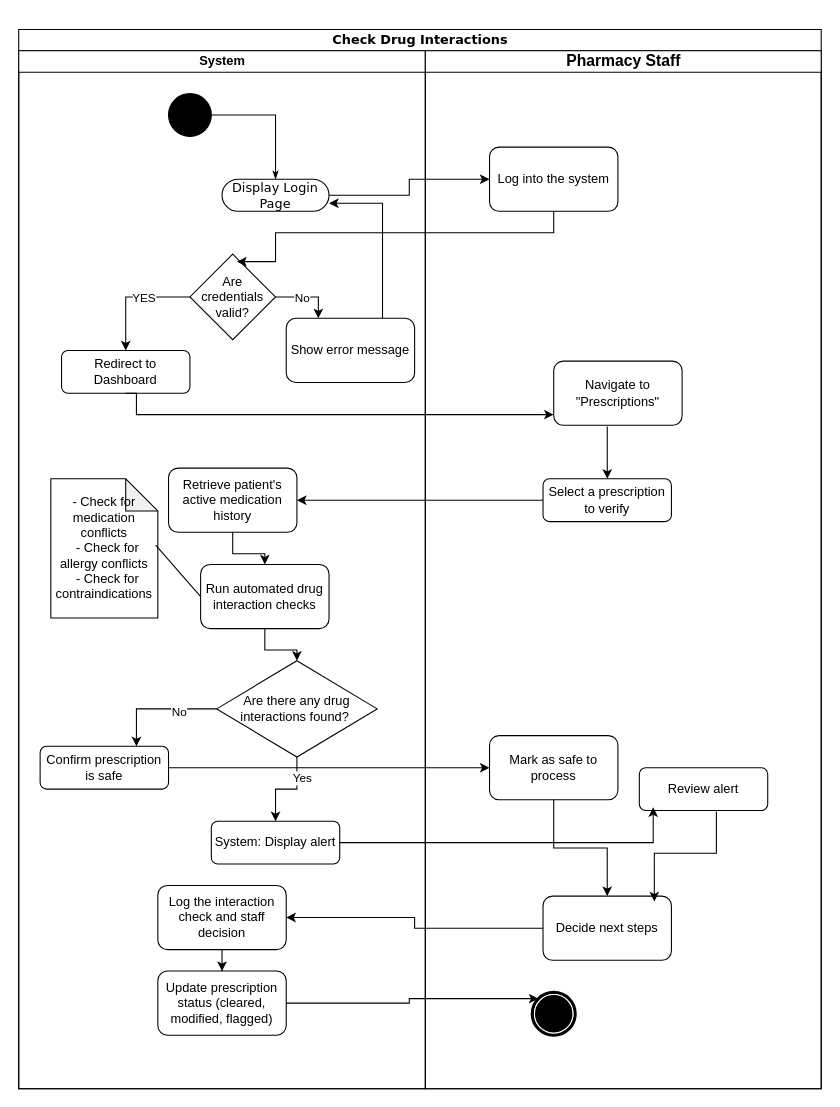
The draw.io diagram Untitled Diagram.drawio in ElisonaDoku-ENG/chess, before the edit. Source tidied: cells renumbered, new cells numbered last; positions are measured from the earlier drawing's top-left corner, leaving out a move shared by most shapes. Both pictures are drawn from the tidied source at 107%, with x=0, y=0 at pixel (18, 29).
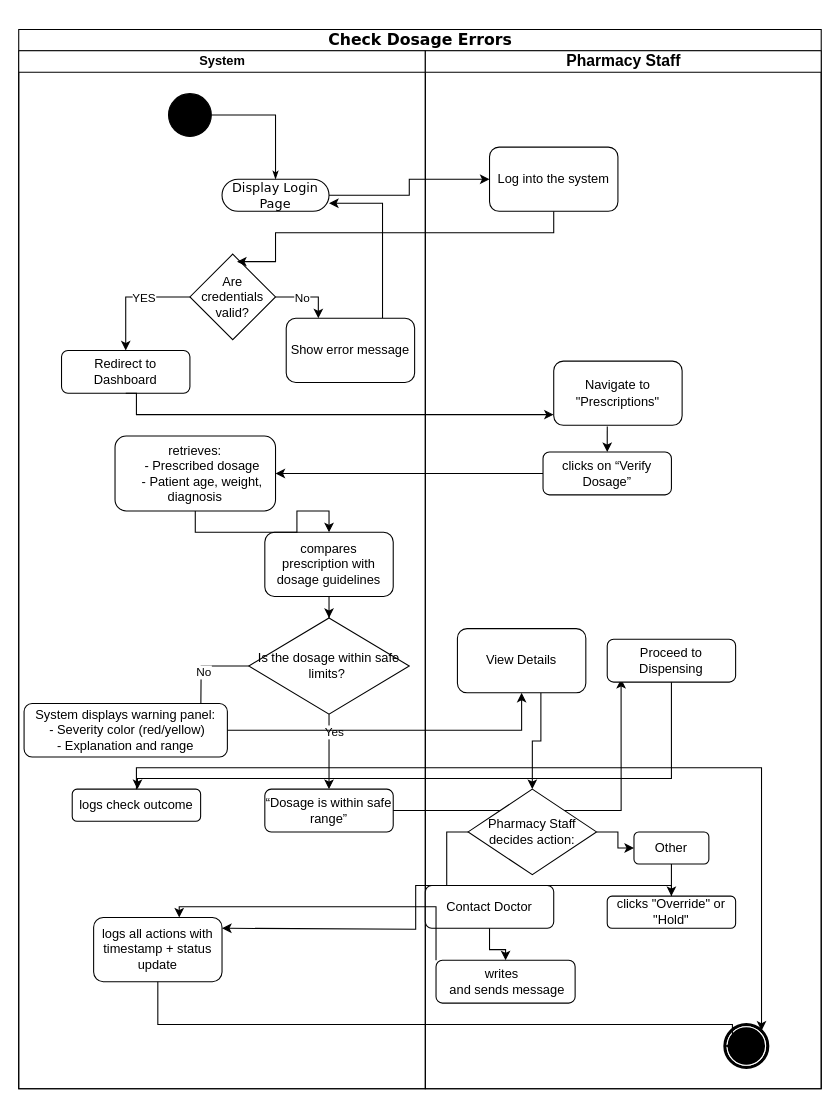
The same page after the edit.

Commit message:
Check Dosage Errors.drawio

Unchanged cells that the change refers to:
```xml
<mxCell id="3" value="System" style="swimlane;html=1;startSize=20;" parent="2" vertex="1">
  <mxGeometry y="20" width="380" height="970" as="geometry" />
</mxCell>
<mxCell id="5" value="Display Login Page" style="rounded=1;whiteSpace=wrap;html=1;shadow=0;comic=0;labelBackgroundColor=none;strokeWidth=1;fontFamily=Verdana;fontSize=12;align=center;arcSize=50;" parent="3" vertex="1">
  <mxGeometry x="190" y="120" width="100" height="30" as="geometry" />
</mxCell>
<mxCell id="7" value="Are credentials valid?" style="rhombus;whiteSpace=wrap;html=1;" parent="3" vertex="1">
  <mxGeometry x="160" y="190" width="80" height="80" as="geometry" />
</mxCell>
<mxCell id="8" value="Redirect to Dashboard" style="rounded=1;whiteSpace=wrap;html=1;" parent="3" vertex="1">
  <mxGeometry x="40" y="280" width="120" height="40" as="geometry" />
</mxCell>
<mxCell id="29" value="&lt;span style=&quot;font-size:11.0pt;line-height:107%;&lt;br/&gt;font-family:&amp;quot;Arial&amp;quot;,sans-serif;mso-fareast-font-family:Calibri;mso-fareast-theme-font:&lt;br/&gt;minor-latin;mso-ansi-language:EN-US;mso-fareast-language:EN-US;mso-bidi-language:&lt;br/&gt;AR-SA&quot;&gt;Pharmacy Staff&lt;/span&gt;" style="swimlane;html=1;startSize=20;" parent="2" vertex="1">
  <mxGeometry x="380" y="20" width="370" height="970" as="geometry" />
</mxCell>
<mxCell id="31" value="Log into the system" style="rounded=1;whiteSpace=wrap;html=1;" parent="29" vertex="1">
  <mxGeometry x="60" y="90" width="120" height="60" as="geometry" />
</mxCell>
<mxCell id="32" value="Navigate to &quot;Prescriptions&quot;" style="rounded=1;whiteSpace=wrap;html=1;" parent="29" vertex="1">
  <mxGeometry x="120" y="290" width="120" height="60" as="geometry" />
</mxCell>
```

Change to the diagram source:
```diff
@@
-    <mxCell id="2" value="&lt;p&gt;Check Drug Interactions&lt;/p&gt;" style="swimlane;html=1;startSize=20;rounded=0;shadow=0;comic=0;labelBackgroundColor=none;strokeWidth=1;fontFamily=Verdana;fontSize=12;align=center;" parent="1" vertex="1">
+    <mxCell id="2" value="&lt;p&gt;&lt;span style=&quot;font-size:11.0pt;line-height:107%;&lt;br/&gt;font-family:&amp;quot;Arial&amp;quot;,sans-serif;mso-fareast-font-family:Calibri;mso-fareast-theme-font:&lt;br/&gt;minor-latin;mso-ansi-language:EN-US;mso-fareast-language:EN-US;mso-bidi-language:&lt;br/&gt;AR-SA&quot;&gt;Check Dosage Errors&lt;/span&gt;&lt;/p&gt;" style="swimlane;html=1;startSize=20;rounded=0;shadow=0;comic=0;labelBackgroundColor=none;strokeWidth=1;fontFamily=Verdana;fontSize=12;align=center;" parent="1" vertex="1">
       <mxGeometry width="750" height="990" as="geometry" />
     </mxCell>
@@
+    <mxCell id="50" style="edgeStyle=orthogonalEdgeStyle;rounded=0;jettySize=auto;html=1;" parent="3" edge="1" source="15">
+      <mxGeometry relative="1" as="geometry">
+        <mxPoint x="170" y="640" as="targetPoint" />
+      </mxGeometry>
+    </mxCell>
+    <mxCell id="18" value="No" style="edgeLabel;html=1;align=center;verticalAlign=middle;" parent="50" vertex="1">
+      <mxGeometry x="-0.09" y="2" relative="1" as="geometry" />
+    </mxCell>
-    <mxCell id="15" value="Are there any drug interactions found?&amp;nbsp;" style="rhombus;whiteSpace=wrap;html=1;" parent="3" vertex="1">
-      <mxGeometry x="185" y="570" width="150" height="90" as="geometry" />
+    <mxCell id="15" value="Is the dosage within safe limits?&amp;nbsp;" style="rhombus;whiteSpace=wrap;html=1;" parent="3" vertex="1">
+      <mxGeometry x="215" y="530" width="150" height="90" as="geometry" />
     </mxCell>
-    <mxCell id="16" value="Confirm prescription is safe" style="rounded=1;whiteSpace=wrap;html=1;" parent="3" vertex="1">
-      <mxGeometry x="20" y="650" width="120" height="40" as="geometry" />
+    <mxCell id="16" value="System displays warning panel:&lt;div&gt;&amp;nbsp;- Severity color (red/yellow)&lt;/div&gt;&lt;div&gt;- Explanation and range&lt;/div&gt;" style="rounded=1;whiteSpace=wrap;html=1;" parent="3" vertex="1">
+      <mxGeometry x="5" y="610" width="190" height="50" as="geometry" />
     </mxCell>
-    <mxCell id="17" style="edgeStyle=orthogonalEdgeStyle;rounded=0;jettySize=auto;html=1;entryX=0.75;entryY=0;entryDx=0;entryDy=0;" parent="3" edge="1" source="15" target="16">
-      <mxGeometry relative="1" as="geometry" />
-    </mxCell>
-    <mxCell id="18" value="No" style="edgeLabel;html=1;align=center;verticalAlign=middle;" parent="17" vertex="1">
-      <mxGeometry x="-0.34" y="2" relative="1" as="geometry" />
-    </mxCell>
-    <mxCell id="19" value="Retrieve patient's active medication history" style="rounded=1;whiteSpace=wrap;html=1;" parent="3" vertex="1">
-      <mxGeometry x="140" y="390" width="120" height="60" as="geometry" />
+    <mxCell id="19" value="&lt;div&gt;retrieves:&lt;/div&gt;&lt;div&gt;&amp;nbsp; &amp;nbsp; - Prescribed dosage&lt;/div&gt;&lt;div&gt;&amp;nbsp; &amp;nbsp; - Patient age, weight, diagnosis&lt;/div&gt;" style="rounded=1;whiteSpace=wrap;html=1;" parent="3" vertex="1">
+      <mxGeometry x="90" y="360" width="150" height="70" as="geometry" />
     </mxCell>
@@
-    <mxCell id="21" value="Run automated drug interaction checks" style="rounded=1;whiteSpace=wrap;html=1;" parent="3" vertex="1">
-      <mxGeometry x="170" y="480" width="120" height="60" as="geometry" />
+    <mxCell id="21" value="compares prescription with dosage guidelines" style="rounded=1;whiteSpace=wrap;html=1;" parent="3" vertex="1">
+      <mxGeometry x="230" y="450" width="120" height="60" as="geometry" />
     </mxCell>
@@
-    <mxCell id="23" value="&lt;div&gt;- Check for medication conflicts&lt;/div&gt;&lt;div&gt;&amp;nbsp; - Check for allergy conflicts&lt;/div&gt;&lt;div&gt;&amp;nbsp; - Check for contraindications&lt;/div&gt;" style="shape=note;whiteSpace=wrap;html=1;backgroundOutline=1;darkOpacity=0.05;" parent="3" vertex="1">
-      <mxGeometry x="30" y="400" width="100" height="130" as="geometry" />
-    </mxCell>
-    <mxCell id="24" style="endArrow=none;html=1;rounded=0;exitX=0.98;exitY=0.477;exitDx=0;exitDy=0;exitPerimeter=0;entryX=0;entryY=0.5;entryDx=0;entryDy=0;" parent="3" edge="1" source="23" target="21">
-      <mxGeometry relative="1" as="geometry" />
-    </mxCell>
-    <mxCell id="25" value="System: Display alert" style="rounded=1;whiteSpace=wrap;html=1;" parent="3" vertex="1">
-      <mxGeometry x="180" y="720" width="120" height="40" as="geometry" />
+    <mxCell id="25" value="“Dosage is within safe range”" style="rounded=1;whiteSpace=wrap;html=1;" parent="3" vertex="1">
+      <mxGeometry x="230" y="690" width="120" height="40" as="geometry" />
     </mxCell>
@@
-    <mxCell id="28" value="Update prescription status (cleared, modified, flagged)" style="rounded=1;whiteSpace=wrap;html=1;" parent="3" vertex="1">
-      <mxGeometry x="130" y="860" width="120" height="60" as="geometry" />
-    </mxCell>
+    <mxCell id="51" value="logs all actions with timestamp + status update" style="rounded=1;whiteSpace=wrap;html=1;" parent="3" vertex="1">
+      <mxGeometry x="70" y="810" width="120" height="60" as="geometry" />
+    </mxCell>
+    <mxCell id="40" style="edgeStyle=orthogonalEdgeStyle;rounded=0;jettySize=auto;html=1;" parent="2" edge="1" source="5" target="31">
+      <mxGeometry relative="1" as="geometry" />
+    </mxCell>
+    <mxCell id="41" style="edgeStyle=orthogonalEdgeStyle;rounded=0;jettySize=auto;html=1;entryX=0.55;entryY=0.088;entryDx=0;entryDy=0;entryPerimeter=0;" parent="2" edge="1" source="31" target="7">
+      <mxGeometry relative="1" as="geometry">
+        <Array as="points">
+          <mxPoint x="500" y="190" />
+          <mxPoint x="240" y="190" />
+          <mxPoint x="240" y="217" />
+        </Array>
+      </mxGeometry>
+    </mxCell>
+    <mxCell id="42" style="edgeStyle=orthogonalEdgeStyle;rounded=0;jettySize=auto;html=1;exitX=0.5;exitY=1;exitDx=0;exitDy=0;" parent="2" edge="1" source="8" target="32">
+      <mxGeometry relative="1" as="geometry">
+        <Array as="points">
+          <mxPoint x="110" y="340" />
+          <mxPoint x="110" y="360" />
+          <mxPoint x="550" y="360" />
+        </Array>
+      </mxGeometry>
+    </mxCell>
+    <mxCell id="44" style="edgeStyle=orthogonalEdgeStyle;rounded=0;jettySize=auto;html=1;" parent="2" edge="1" source="33" target="19">
+      <mxGeometry relative="1" as="geometry" />
+    </mxCell>
+    <mxCell id="45" style="edgeStyle=orthogonalEdgeStyle;rounded=0;jettySize=auto;html=1;" parent="2" edge="1" source="16" target="35">
+      <mxGeometry relative="1" as="geometry" />
+    </mxCell>
+    <mxCell id="46" style="edgeStyle=orthogonalEdgeStyle;rounded=0;jettySize=auto;html=1;entryX=0.108;entryY=0.925;entryDx=0;entryDy=0;entryPerimeter=0;" parent="2" edge="1" source="25" target="36">
+      <mxGeometry relative="1" as="geometry" />
+    </mxCell>
@@
     <mxCell id="30" style="shape=mxgraph.bpmn.shape;html=1;verticalLabelPosition=bottom;labelBackgroundColor=#ffffff;verticalAlign=top;perimeter=ellipsePerimeter;outline=end;symbol=terminate;rounded=0;shadow=0;comic=0;strokeWidth=1;fontFamily=Verdana;fontSize=12;align=center;" parent="29" vertex="1">
-      <mxGeometry x="100" y="880" width="40" height="40" as="geometry" />
+      <mxGeometry x="280" y="910" width="40" height="40" as="geometry" />
     </mxCell>
@@
-    <mxCell id="33" value="Select a prescription to verify" style="rounded=1;whiteSpace=wrap;html=1;" parent="29" vertex="1">
-      <mxGeometry x="110" y="400" width="120" height="40" as="geometry" />
+    <mxCell id="33" value="clicks on “Verify Dosage”" style="rounded=1;whiteSpace=wrap;html=1;" parent="29" vertex="1">
+      <mxGeometry x="110" y="375" width="120" height="40" as="geometry" />
     </mxCell>
@@
+    <mxCell id="52" style="edgeStyle=orthogonalEdgeStyle;rounded=0;jettySize=auto;html=1;exitX=0.65;exitY=1;exitDx=0;exitDy=0;exitPerimeter=0;" parent="29" edge="1" source="35" target="54">
+      <mxGeometry relative="1" as="geometry" />
+    </mxCell>
-    <mxCell id="35" value="Mark as safe to process" style="rounded=1;whiteSpace=wrap;html=1;" parent="29" vertex="1">
-      <mxGeometry x="60" y="640" width="120" height="60" as="geometry" />
+    <mxCell id="35" value="View Details" style="rounded=1;whiteSpace=wrap;html=1;" parent="29" vertex="1">
+      <mxGeometry x="30" y="540" width="120" height="60" as="geometry" />
     </mxCell>
-    <mxCell id="36" value="Review alert" style="rounded=1;whiteSpace=wrap;html=1;" parent="29" vertex="1">
-      <mxGeometry x="200" y="670" width="120" height="40" as="geometry" />
+    <mxCell id="36" value="Proceed to Dispensing" style="rounded=1;whiteSpace=wrap;html=1;" parent="29" vertex="1">
+      <mxGeometry x="170" y="550" width="120" height="40" as="geometry" />
     </mxCell>
-    <mxCell id="37" value="Decide next steps" style="rounded=1;whiteSpace=wrap;html=1;" parent="29" vertex="1">
-      <mxGeometry x="110" y="790" width="120" height="60" as="geometry" />
-    </mxCell>
-    <mxCell id="38" style="edgeStyle=orthogonalEdgeStyle;rounded=0;jettySize=auto;html=1;" parent="29" edge="1" source="35" target="37">
-      <mxGeometry relative="1" as="geometry" />
-    </mxCell>
-    <mxCell id="39" style="edgeStyle=orthogonalEdgeStyle;rounded=0;jettySize=auto;html=1;entryX=0.867;entryY=0.083;entryDx=0;entryDy=0;entryPerimeter=0;exitX=0.6;exitY=1.025;exitDx=0;exitDy=0;exitPerimeter=0;" parent="29" edge="1" source="36" target="37">
-      <mxGeometry relative="1" as="geometry" />
-    </mxCell>
-    <mxCell id="40" style="edgeStyle=orthogonalEdgeStyle;rounded=0;jettySize=auto;html=1;" parent="2" edge="1" source="5" target="31">
-      <mxGeometry relative="1" as="geometry" />
-    </mxCell>
-    <mxCell id="41" style="edgeStyle=orthogonalEdgeStyle;rounded=0;jettySize=auto;html=1;entryX=0.55;entryY=0.088;entryDx=0;entryDy=0;entryPerimeter=0;" parent="2" edge="1" source="31" target="7">
-      <mxGeometry relative="1" as="geometry">
-        <Array as="points">
-          <mxPoint x="500" y="190" />
-          <mxPoint x="240" y="190" />
-          <mxPoint x="240" y="217" />
-        </Array>
-      </mxGeometry>
-    </mxCell>
-    <mxCell id="42" style="edgeStyle=orthogonalEdgeStyle;rounded=0;jettySize=auto;html=1;exitX=0.5;exitY=1;exitDx=0;exitDy=0;" parent="2" edge="1" source="8" target="32">
-      <mxGeometry relative="1" as="geometry">
-        <Array as="points">
-          <mxPoint x="110" y="340" />
-          <mxPoint x="110" y="360" />
-          <mxPoint x="550" y="360" />
-        </Array>
-      </mxGeometry>
-    </mxCell>
-    <mxCell id="43" style="edgeStyle=orthogonalEdgeStyle;rounded=0;jettySize=auto;html=1;entryX=0.145;entryY=0.145;entryDx=0;entryDy=0;entryPerimeter=0;exitX=1;exitY=0.5;exitDx=0;exitDy=0;" parent="2" edge="1" source="28" target="30">
-      <mxGeometry relative="1" as="geometry" />
-    </mxCell>
-    <mxCell id="44" style="edgeStyle=orthogonalEdgeStyle;rounded=0;jettySize=auto;html=1;" parent="2" edge="1" source="33" target="19">
-      <mxGeometry relative="1" as="geometry" />
-    </mxCell>
-    <mxCell id="45" style="edgeStyle=orthogonalEdgeStyle;rounded=0;jettySize=auto;html=1;" parent="2" edge="1" source="16" target="35">
-      <mxGeometry relative="1" as="geometry" />
-    </mxCell>
-    <mxCell id="46" style="edgeStyle=orthogonalEdgeStyle;rounded=0;jettySize=auto;html=1;entryX=0.108;entryY=0.925;entryDx=0;entryDy=0;entryPerimeter=0;" parent="2" edge="1" source="25" target="36">
-      <mxGeometry relative="1" as="geometry" />
-    </mxCell>
-    <mxCell id="47" style="edgeStyle=orthogonalEdgeStyle;rounded=0;jettySize=auto;html=1;" parent="1" edge="1" source="48" target="28">
-      <mxGeometry relative="1" as="geometry" />
-    </mxCell>
-    <mxCell id="48" value="Log the interaction check and staff decision" style="rounded=1;whiteSpace=wrap;html=1;" parent="1" vertex="1">
-      <mxGeometry x="130" y="800" width="120" height="60" as="geometry" />
-    </mxCell>
-    <mxCell id="49" style="edgeStyle=orthogonalEdgeStyle;rounded=0;jettySize=auto;html=1;" parent="1" edge="1" source="37" target="48">
-      <mxGeometry relative="1" as="geometry" />
-    </mxCell>
+    <mxCell id="53" style="edgeStyle=orthogonalEdgeStyle;rounded=0;jettySize=auto;html=1;" parent="29" edge="1" source="54">
+      <mxGeometry relative="1" as="geometry">
+        <mxPoint x="30" y="780" as="targetPoint" />
+      </mxGeometry>
+    </mxCell>
+    <mxCell id="54" value="Pharmacy Staff decides action:" style="rhombus;whiteSpace=wrap;html=1;" parent="29" vertex="1">
+      <mxGeometry x="40" y="690" width="120" height="80" as="geometry" />
+    </mxCell>
+    <mxCell id="55" value="Contact Doctor" style="rounded=1;whiteSpace=wrap;html=1;" parent="29" vertex="1">
+      <mxGeometry y="780" width="120" height="40" as="geometry" />
+    </mxCell>
+    <mxCell id="56" value="Other" style="rounded=1;whiteSpace=wrap;html=1;" parent="29" vertex="1">
+      <mxGeometry x="195" y="730" width="70" height="30" as="geometry" />
+    </mxCell>
+    <mxCell id="57" style="edgeStyle=orthogonalEdgeStyle;rounded=0;jettySize=auto;html=1;" parent="29" edge="1" source="54" target="56">
+      <mxGeometry relative="1" as="geometry" />
+    </mxCell>
+    <mxCell id="58" style="edgeStyle=orthogonalEdgeStyle;rounded=0;jettySize=auto;html=1;exitX=0;exitY=0;exitDx=0;exitDy=0;" parent="29" edge="1" source="59">
+      <mxGeometry relative="1" as="geometry">
+        <mxPoint x="-230" y="810" as="targetPoint" />
+        <Array as="points">
+          <mxPoint x="10" y="800" />
+          <mxPoint x="-230" y="800" />
+        </Array>
+      </mxGeometry>
+    </mxCell>
+    <mxCell id="59" value="writes&amp;nbsp;&amp;nbsp;&lt;br&gt;&amp;nbsp;and sends message" style="rounded=1;whiteSpace=wrap;html=1;" parent="29" vertex="1">
+      <mxGeometry x="10" y="850" width="130" height="40" as="geometry" />
+    </mxCell>
+    <mxCell id="60" style="edgeStyle=orthogonalEdgeStyle;rounded=0;jettySize=auto;html=1;" parent="29" edge="1" source="55" target="59">
+      <mxGeometry relative="1" as="geometry" />
+    </mxCell>
+    <mxCell id="61" style="edgeStyle=orthogonalEdgeStyle;rounded=0;jettySize=auto;html=1;" parent="29" edge="1" source="62">
+      <mxGeometry relative="1" as="geometry">
+        <mxPoint x="-190" y="820" as="targetPoint" />
+        <Array as="points">
+          <mxPoint x="230" y="780" />
+          <mxPoint x="-9" y="780" />
+          <mxPoint x="-9" y="821" />
+        </Array>
+      </mxGeometry>
+    </mxCell>
+    <mxCell id="62" value="clicks&amp;nbsp;&quot;Override&quot; or &quot;Hold&quot;" style="rounded=1;whiteSpace=wrap;html=1;" parent="29" vertex="1">
+      <mxGeometry x="170" y="790" width="120" height="30" as="geometry" />
+    </mxCell>
+    <mxCell id="63" style="edgeStyle=orthogonalEdgeStyle;rounded=0;jettySize=auto;html=1;" parent="29" edge="1" source="56" target="62">
+      <mxGeometry relative="1" as="geometry" />
+    </mxCell>
+    <mxCell id="64" style="edgeStyle=orthogonalEdgeStyle;rounded=0;jettySize=auto;html=1;entryX=0;entryY=0.5;entryDx=0;entryDy=0;" parent="2" edge="1" source="51" target="30">
+      <mxGeometry relative="1" as="geometry">
+        <Array as="points">
+          <mxPoint x="130" y="930" />
+          <mxPoint x="667" y="930" />
+          <mxPoint x="667" y="950" />
+        </Array>
+      </mxGeometry>
+    </mxCell>
+    <mxCell id="65" value="logs check outcome" style="rounded=1;whiteSpace=wrap;html=1;" parent="1" vertex="1">
+      <mxGeometry x="50" y="710" width="120" height="30" as="geometry" />
+    </mxCell>
+    <mxCell id="66" style="edgeStyle=orthogonalEdgeStyle;rounded=0;jettySize=auto;html=1;" parent="1" edge="1" source="36" target="65">
+      <mxGeometry relative="1" as="geometry">
+        <Array as="points">
+          <mxPoint x="610" y="700" />
+          <mxPoint x="111" y="700" />
+        </Array>
+      </mxGeometry>
+    </mxCell>
+    <mxCell id="67" style="edgeStyle=orthogonalEdgeStyle;rounded=0;jettySize=auto;html=1;entryX=0.855;entryY=0.145;entryDx=0;entryDy=0;entryPerimeter=0;" parent="1" edge="1" source="65" target="30">
+      <mxGeometry relative="1" as="geometry">
+        <Array as="points">
+          <mxPoint x="110" y="690" />
+          <mxPoint x="694" y="690" />
+        </Array>
+      </mxGeometry>
+    </mxCell>
```
